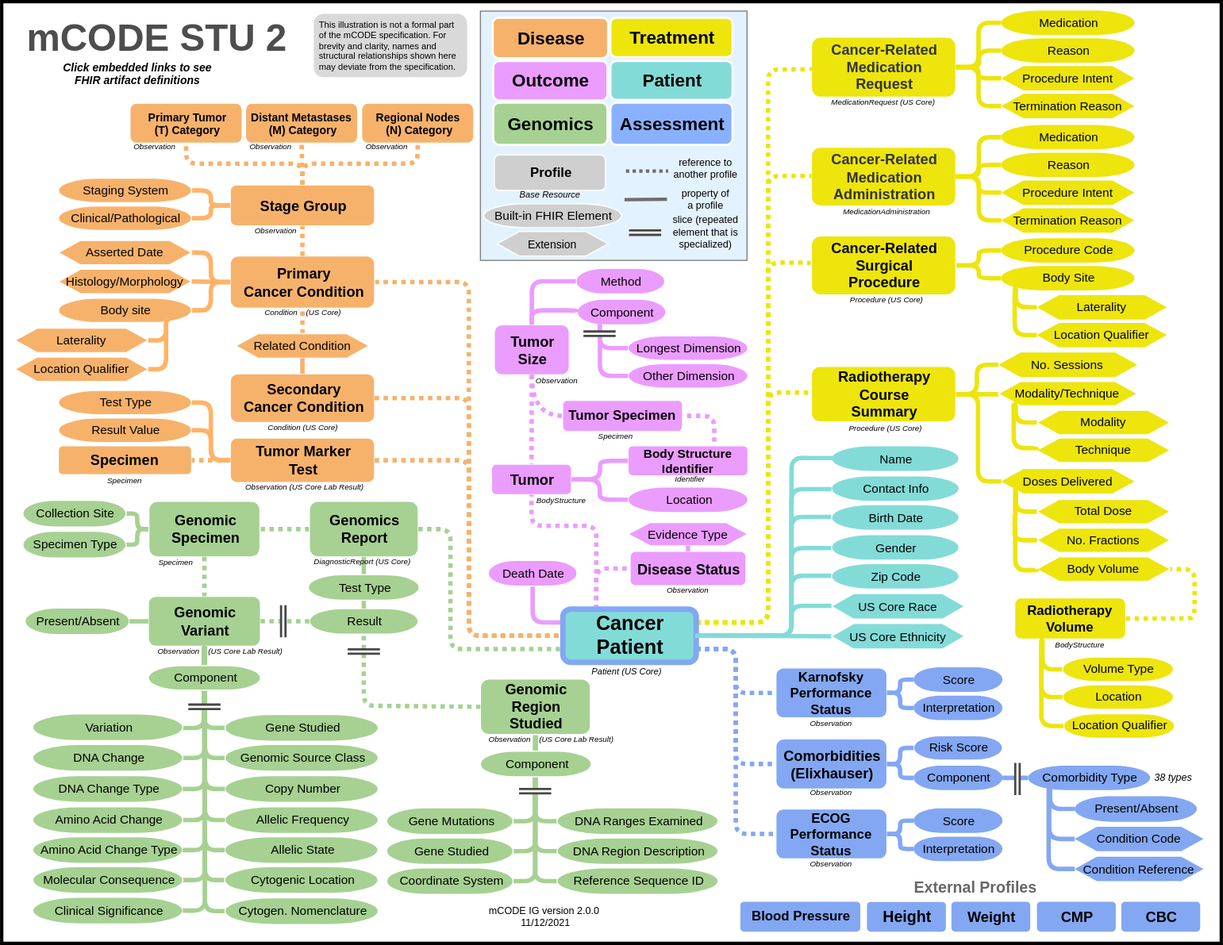
This is input/images/mCodeDiagram.svg from HL7/fhir-mCODE-ig, a draw.io export, as it was before one commit. Source tidied: cells renumbered, new cells last; positions are measured from the earlier drawing's top-left corner, leaving out a move shared by most shapes.
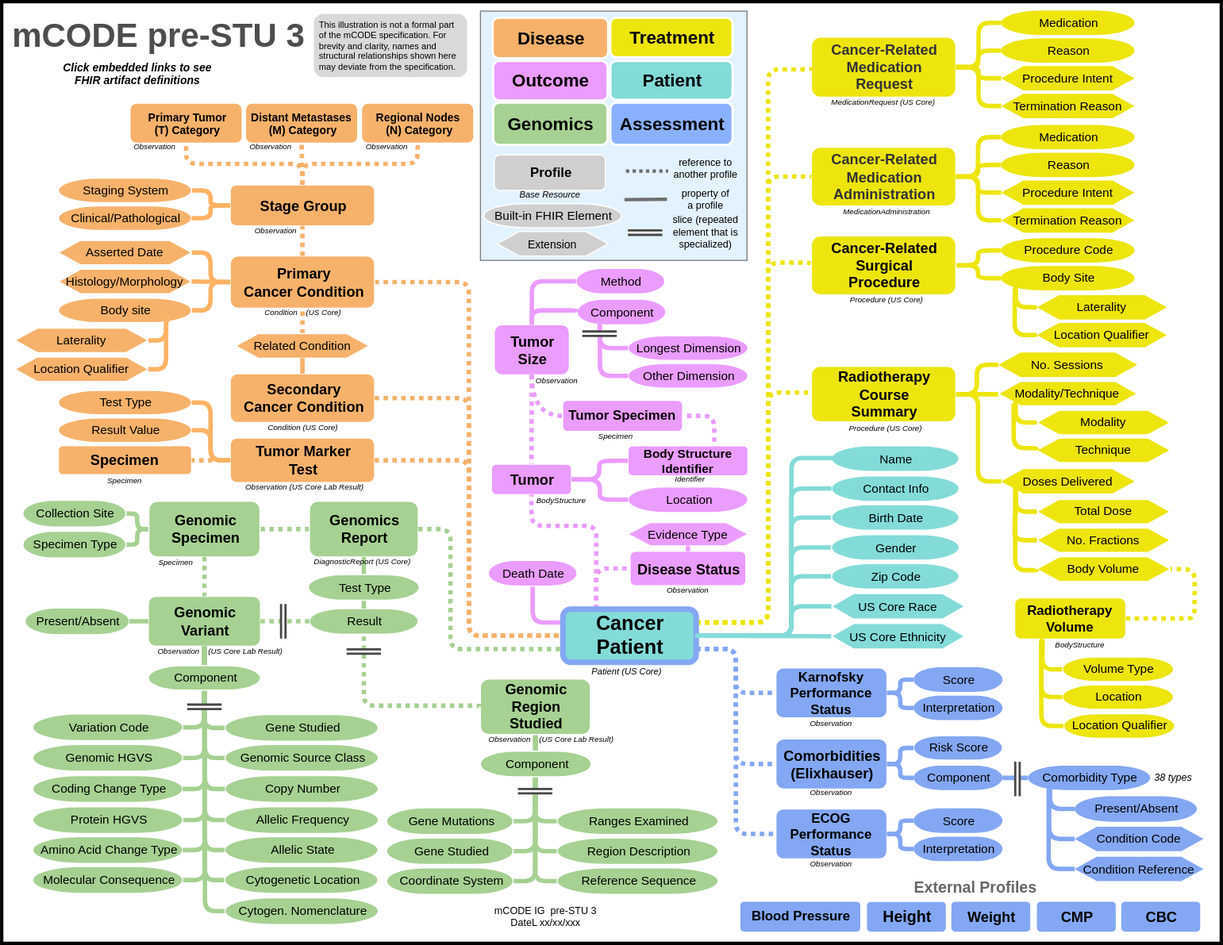
The same diagram one commit later.

Diff of the diagram source:
```diff
@@ -88,3 +88,3 @@
     </mxCell>
-    <mxCell id="23" value="&lt;div style=&quot;width: 141.0px ; height: auto ; word-break: break-word&quot;&gt;&lt;div align=&quot;center&quot;&gt;&lt;span style=&quot;font-size: 11px; white-space: pre-wrap; text-decoration: none; line-height: 12px; color: rgb(0, 0, 0);&quot;&gt;Amino Acid Change&lt;/span&gt;&lt;/div&gt;&lt;/div&gt;" style="shape=mxgraph.flowchart.terminator;shadow=0;strokeWidth=0;fillColor=#a6d192;strokeColor=#ffffff;opacity=100.0;html=1;nl2Br=0;verticalAlign=middle;align=center;spacingLeft=3.0;spacingRight=0;whiteSpace=wrap;gliffyId=39;rounded=1;fontFamily=Helvetica;fontSize=12;fontColor=#000000;" parent="1" vertex="1">
+    <mxCell id="23" value="&lt;div style=&quot;width: 141.0px ; height: auto ; word-break: break-word&quot;&gt;&lt;div align=&quot;center&quot;&gt;&lt;span style=&quot;font-size: 11px ; white-space: pre-wrap ; text-decoration: none ; line-height: 12px ; color: rgb(0 , 0 , 0)&quot;&gt;Protein HGVS&lt;/span&gt;&lt;/div&gt;&lt;/div&gt;" style="shape=mxgraph.flowchart.terminator;shadow=0;strokeWidth=0;fillColor=#a6d192;strokeColor=#ffffff;opacity=100.0;html=1;nl2Br=0;verticalAlign=middle;align=center;spacingLeft=3.0;spacingRight=0;whiteSpace=wrap;gliffyId=39;rounded=1;fontFamily=Helvetica;fontSize=12;fontColor=#000000;" parent="1" vertex="1">
       <mxGeometry x="28" y="725" width="135" height="24" as="geometry" />
@@ -94,3 +94,3 @@
     </mxCell>
-    <mxCell id="25" value="&lt;div style=&quot;width: 121.8px ; height: auto ; word-break: break-word&quot;&gt;&lt;div align=&quot;center&quot;&gt;&lt;span style=&quot;font-size: 11px; white-space: pre-wrap; text-decoration: none; line-height: 12px; color: rgb(0, 0, 0);&quot;&gt;Cytogenic Location&lt;/span&gt;&lt;/div&gt;&lt;/div&gt;" style="shape=mxgraph.flowchart.terminator;shadow=0;strokeWidth=0;fillColor=#a6d192;strokeColor=#ffffff;opacity=100.0;html=1;nl2Br=0;verticalAlign=middle;align=center;spacingLeft=3.0;spacingRight=0;whiteSpace=wrap;gliffyId=39;rounded=1;fontFamily=Helvetica;fontSize=12;fontColor=#000000;" parent="1" vertex="1">
+    <mxCell id="25" value="&lt;div style=&quot;width: 121.8px ; height: auto ; word-break: break-word&quot;&gt;&lt;div align=&quot;center&quot;&gt;&lt;span style=&quot;font-size: 11px ; white-space: pre-wrap ; text-decoration: none ; line-height: 12px ; color: rgb(0 , 0 , 0)&quot;&gt;Cytogenetic Location&lt;/span&gt;&lt;/div&gt;&lt;/div&gt;" style="shape=mxgraph.flowchart.terminator;shadow=0;strokeWidth=0;fillColor=#a6d192;strokeColor=#ffffff;opacity=100.0;html=1;nl2Br=0;verticalAlign=middle;align=center;spacingLeft=3.0;spacingRight=0;whiteSpace=wrap;gliffyId=39;rounded=1;fontFamily=Helvetica;fontSize=12;fontColor=#000000;" parent="1" vertex="1">
       <mxGeometry x="200.8" y="779" width="138" height="24" as="geometry" />
@@ -160,4 +160,4 @@
     </mxCell>
-    <mxCell id="45" value="&lt;font style=&quot;font-size: 34px&quot;&gt;mCODE STU 2&lt;/font&gt;" style="text;html=1;strokeColor=none;fillColor=none;align=center;verticalAlign=middle;whiteSpace=wrap;fontSize=34;fontStyle=1;fontFamily=Helvetica;fontColor=#4D4D4D;rounded=1;" parent="1" vertex="1">
-      <mxGeometry x="8" y="22.8" width="264" height="20" as="geometry" />
+    <mxCell id="45" value="&lt;font&gt;&lt;font style=&quot;font-size: 30px&quot;&gt;mCODE pre-STU 3&lt;/font&gt;&lt;br&gt;&lt;/font&gt;" style="text;html=1;strokeColor=none;fillColor=none;align=center;verticalAlign=middle;whiteSpace=wrap;fontSize=34;fontStyle=1;fontFamily=Helvetica;fontColor=#4D4D4D;rounded=1;" parent="1" vertex="1">
+      <mxGeometry x="8" y="18.8" width="267" height="20.2" as="geometry" />
     </mxCell>
@@ -265,9 +265,9 @@
     </mxCell>
-    <mxCell id="69" value="&lt;div style=&quot;width: 141.0px ; height: auto ; word-break: break-word&quot;&gt;&lt;div align=&quot;center&quot;&gt;&lt;span style=&quot;font-size: 11px; white-space: pre-wrap; text-decoration: none; line-height: 12px; color: rgb(0, 0, 0);&quot;&gt;Variation&lt;/span&gt;&lt;/div&gt;&lt;/div&gt;" style="shape=mxgraph.flowchart.terminator;shadow=0;strokeWidth=0;fillColor=#a6d192;strokeColor=#ffffff;opacity=100.0;html=1;nl2Br=0;verticalAlign=middle;align=center;spacingLeft=3.0;spacingRight=0;whiteSpace=wrap;gliffyId=39;rounded=1;fontFamily=Helvetica;fontSize=12;fontColor=#000000;" parent="1" vertex="1">
+    <mxCell id="69" value="&lt;div style=&quot;width: 141.0px ; height: auto ; word-break: break-word&quot;&gt;&lt;div align=&quot;center&quot;&gt;&lt;span style=&quot;font-size: 11px ; white-space: pre-wrap ; text-decoration: none ; line-height: 12px ; color: rgb(0 , 0 , 0)&quot;&gt;Variation Code&lt;/span&gt;&lt;/div&gt;&lt;/div&gt;" style="shape=mxgraph.flowchart.terminator;shadow=0;strokeWidth=0;fillColor=#a6d192;strokeColor=#ffffff;opacity=100.0;html=1;nl2Br=0;verticalAlign=middle;align=center;spacingLeft=3.0;spacingRight=0;whiteSpace=wrap;gliffyId=39;rounded=1;fontFamily=Helvetica;fontSize=12;fontColor=#000000;" parent="1" vertex="1">
       <mxGeometry x="28" y="641.5" width="135" height="24" as="geometry" />
     </mxCell>
-    <mxCell id="70" value="&lt;div style=&quot;width: 141.0px ; height: auto ; word-break: break-word&quot;&gt;&lt;div align=&quot;center&quot;&gt;&lt;span style=&quot;font-size: 11px; white-space: pre-wrap; text-decoration: none; line-height: 12px; color: rgb(0, 0, 0); font-weight: normal;&quot;&gt;DNA Change&lt;/span&gt;&lt;/div&gt;&lt;/div&gt;" style="shape=mxgraph.flowchart.terminator;shadow=0;strokeWidth=0;fillColor=#a6d192;strokeColor=#ffffff;opacity=100.0;html=1;nl2Br=0;verticalAlign=middle;align=center;spacingLeft=3.0;spacingRight=0;whiteSpace=wrap;gliffyId=39;rounded=1;fontFamily=Helvetica;fontSize=12;fontColor=#000000;" parent="1" vertex="1">
+    <mxCell id="70" value="&lt;div style=&quot;width: 141.0px ; height: auto ; word-break: break-word&quot;&gt;&lt;div align=&quot;center&quot;&gt;&lt;span style=&quot;font-size: 11px ; white-space: pre-wrap ; text-decoration: none ; line-height: 12px ; color: rgb(0 , 0 , 0) ; font-weight: normal&quot;&gt;Genomic HGVS&lt;/span&gt;&lt;/div&gt;&lt;/div&gt;" style="shape=mxgraph.flowchart.terminator;shadow=0;strokeWidth=0;fillColor=#a6d192;strokeColor=#ffffff;opacity=100.0;html=1;nl2Br=0;verticalAlign=middle;align=center;spacingLeft=3.0;spacingRight=0;whiteSpace=wrap;gliffyId=39;rounded=1;fontFamily=Helvetica;fontSize=12;fontColor=#000000;" parent="1" vertex="1">
       <mxGeometry x="28" y="669" width="135" height="24" as="geometry" />
     </mxCell>
-    <mxCell id="71" value="&lt;div style=&quot;width: 141.0px ; height: auto ; word-break: break-word&quot;&gt;&lt;div align=&quot;center&quot;&gt;&lt;span style=&quot;font-size: 11px; white-space: pre-wrap; text-decoration: none; line-height: 12px; color: rgb(0, 0, 0);&quot;&gt;Genomic Source Class&lt;/span&gt;&lt;/div&gt;&lt;/div&gt;" style="shape=mxgraph.flowchart.terminator;shadow=0;strokeWidth=0;fillColor=#a6d192;strokeColor=#ffffff;opacity=100.0;html=1;nl2Br=0;verticalAlign=middle;align=center;spacingLeft=3.0;spacingRight=0;whiteSpace=wrap;gliffyId=39;rounded=1;fontFamily=Helvetica;fontSize=12;fontColor=#000000;" parent="1" vertex="1">
+    <mxCell id="71" value="&lt;div style=&quot;width: 141.0px ; height: auto ; word-break: break-word&quot;&gt;&lt;div align=&quot;center&quot;&gt;&lt;span style=&quot;font-size: 11px ; white-space: pre-wrap ; text-decoration: none ; line-height: 12px ; color: rgb(0 , 0 , 0)&quot;&gt;Genomic Source Class&lt;/span&gt;&lt;/div&gt;&lt;/div&gt;" style="shape=mxgraph.flowchart.terminator;shadow=0;strokeWidth=0;fillColor=#a6d192;strokeColor=#ffffff;opacity=100.0;html=1;nl2Br=0;verticalAlign=middle;align=center;spacingLeft=3.0;spacingRight=0;whiteSpace=wrap;gliffyId=39;rounded=1;fontFamily=Helvetica;fontSize=12;fontColor=#000000;" parent="1" vertex="1">
       <mxGeometry x="201" y="669" width="138" height="24" as="geometry" />
@@ -339,9 +339,9 @@
     </mxCell>
-    <mxCell id="93" value="&lt;div style=&quot;width: 141.0px ; height: auto ; word-break: break-word&quot;&gt;&lt;div align=&quot;center&quot;&gt;&lt;span style=&quot;font-size: 11px; white-space: pre-wrap; text-decoration: none; line-height: 12px; color: rgb(0, 0, 0);&quot;&gt;DNA Ranges Examined&lt;/span&gt;&lt;/div&gt;&lt;/div&gt;" style="shape=mxgraph.flowchart.terminator;shadow=0;strokeWidth=0;fillColor=#a6d192;strokeColor=#ffffff;opacity=100.0;html=1;nl2Br=0;verticalAlign=middle;align=center;spacingLeft=3.0;spacingRight=0;whiteSpace=wrap;gliffyId=39;rounded=1;fontFamily=Helvetica;fontSize=12;fontColor=#000000;" parent="1" vertex="1">
+    <mxCell id="93" value="&lt;div style=&quot;width: 141.0px ; height: auto ; word-break: break-word&quot;&gt;&lt;div align=&quot;center&quot;&gt;&lt;span style=&quot;font-size: 11px ; white-space: pre-wrap ; text-decoration: none ; line-height: 12px ; color: rgb(0 , 0 , 0)&quot;&gt;Ranges Examined&lt;/span&gt;&lt;/div&gt;&lt;/div&gt;" style="shape=mxgraph.flowchart.terminator;shadow=0;strokeWidth=0;fillColor=#a6d192;strokeColor=#ffffff;opacity=100.0;html=1;nl2Br=0;verticalAlign=middle;align=center;spacingLeft=3.0;spacingRight=0;whiteSpace=wrap;gliffyId=39;rounded=1;fontFamily=Helvetica;fontSize=12;fontColor=#000000;" parent="1" vertex="1">
       <mxGeometry x="500" y="726" width="145" height="24" as="geometry" />
     </mxCell>
-    <mxCell id="94" value="&lt;div style=&quot;width: 141.0px ; height: auto ; word-break: break-word&quot;&gt;&lt;div align=&quot;center&quot;&gt;&lt;span style=&quot;font-size: 11px; white-space: pre-wrap; text-decoration: none; line-height: 12px; color: rgb(0, 0, 0);&quot;&gt;DNA Region Description&lt;/span&gt;&lt;/div&gt;&lt;/div&gt;" style="shape=mxgraph.flowchart.terminator;shadow=0;strokeWidth=0;fillColor=#a6d192;strokeColor=#ffffff;opacity=100.0;html=1;nl2Br=0;verticalAlign=middle;align=center;spacingLeft=3.0;spacingRight=0;whiteSpace=wrap;gliffyId=39;rounded=1;fontFamily=Helvetica;fontSize=12;fontColor=#000000;" parent="1" vertex="1">
+    <mxCell id="94" value="&lt;div style=&quot;width: 141.0px ; height: auto ; word-break: break-word&quot;&gt;&lt;div align=&quot;center&quot;&gt;&lt;span style=&quot;font-size: 11px ; white-space: pre-wrap ; text-decoration: none ; line-height: 12px ; color: rgb(0 , 0 , 0)&quot;&gt;Region Description&lt;/span&gt;&lt;/div&gt;&lt;/div&gt;" style="shape=mxgraph.flowchart.terminator;shadow=0;strokeWidth=0;fillColor=#a6d192;strokeColor=#ffffff;opacity=100.0;html=1;nl2Br=0;verticalAlign=middle;align=center;spacingLeft=3.0;spacingRight=0;whiteSpace=wrap;gliffyId=39;rounded=1;fontFamily=Helvetica;fontSize=12;fontColor=#000000;" parent="1" vertex="1">
       <mxGeometry x="500" y="753" width="145" height="24" as="geometry" />
     </mxCell>
-    <mxCell id="95" value="&lt;div style=&quot;width: 141.0px ; height: auto ; word-break: break-word&quot;&gt;&lt;div align=&quot;center&quot;&gt;&lt;span style=&quot;font-size: 11px; white-space: pre-wrap; text-decoration: none; line-height: 12px; color: rgb(0, 0, 0);&quot;&gt;Reference Sequence ID&lt;/span&gt;&lt;/div&gt;&lt;/div&gt;" style="shape=mxgraph.flowchart.terminator;shadow=0;strokeWidth=0;fillColor=#a6d192;strokeColor=#ffffff;opacity=100.0;html=1;nl2Br=0;verticalAlign=middle;align=center;spacingLeft=3.0;spacingRight=0;whiteSpace=wrap;gliffyId=39;rounded=1;fontFamily=Helvetica;fontSize=12;fontColor=#000000;" parent="1" vertex="1">
+    <mxCell id="95" value="&lt;div style=&quot;width: 141.0px ; height: auto ; word-break: break-word&quot;&gt;&lt;div align=&quot;center&quot;&gt;&lt;span style=&quot;font-size: 11px ; white-space: pre-wrap ; text-decoration: none ; line-height: 12px ; color: rgb(0 , 0 , 0)&quot;&gt;Reference Sequence&lt;/span&gt;&lt;/div&gt;&lt;/div&gt;" style="shape=mxgraph.flowchart.terminator;shadow=0;strokeWidth=0;fillColor=#a6d192;strokeColor=#ffffff;opacity=100.0;html=1;nl2Br=0;verticalAlign=middle;align=center;spacingLeft=3.0;spacingRight=0;whiteSpace=wrap;gliffyId=39;rounded=1;fontFamily=Helvetica;fontSize=12;fontColor=#000000;" parent="1" vertex="1">
       <mxGeometry x="500" y="780" width="145" height="24" as="geometry" />
@@ -505,6 +505,6 @@
     </mxCell>
-    <mxCell id="138" value="mCODE IG version 2.0.0&amp;nbsp; 11/12/2021" style="text;html=1;align=center;verticalAlign=middle;whiteSpace=wrap;fontSize=9;rounded=1;fontFamily=Helvetica;" parent="1" vertex="1">
+    <mxCell id="138" value="mCODE IG&amp;nbsp; pre-STU 3&lt;br&gt;DateL xx/xx/xxx" style="text;html=1;align=center;verticalAlign=middle;whiteSpace=wrap;fontSize=9;rounded=1;fontFamily=Helvetica;" parent="1" vertex="1">
       <mxGeometry x="432.2" y="816" width="115.8" height="15" as="geometry" />
     </mxCell>
-    <mxCell id="139" value="&lt;div style=&quot;width: 141.0px ; height: auto ; word-break: break-word&quot;&gt;&lt;div align=&quot;center&quot;&gt;&lt;span style=&quot;font-size: 11px; white-space: pre-wrap; text-decoration: none; line-height: 12px; color: rgb(0, 0, 0); font-weight: normal;&quot;&gt;DNA Change Type&lt;/span&gt;&lt;/div&gt;&lt;/div&gt;" style="shape=mxgraph.flowchart.terminator;shadow=0;strokeWidth=0;fillColor=#a6d192;strokeColor=#ffffff;opacity=100.0;html=1;nl2Br=0;verticalAlign=middle;align=center;spacingLeft=3.0;spacingRight=0;whiteSpace=wrap;gliffyId=39;rounded=1;fontFamily=Helvetica;fontSize=12;fontColor=#000000;" parent="1" vertex="1">
+    <mxCell id="139" value="&lt;div style=&quot;width: 141.0px ; height: auto ; word-break: break-word&quot;&gt;&lt;div align=&quot;center&quot;&gt;&lt;span style=&quot;font-size: 11px ; white-space: pre-wrap ; text-decoration: none ; line-height: 12px ; color: rgb(0 , 0 , 0) ; font-weight: normal&quot;&gt;Coding Change Type&lt;/span&gt;&lt;/div&gt;&lt;/div&gt;" style="shape=mxgraph.flowchart.terminator;shadow=0;strokeWidth=0;fillColor=#a6d192;strokeColor=#ffffff;opacity=100.0;html=1;nl2Br=0;verticalAlign=middle;align=center;spacingLeft=3.0;spacingRight=0;whiteSpace=wrap;gliffyId=39;rounded=1;fontFamily=Helvetica;fontSize=12;fontColor=#000000;" parent="1" vertex="1">
       <mxGeometry x="28" y="697" width="135" height="24" as="geometry" />
@@ -541,8 +541,2 @@
     </mxCell>
-    <mxCell id="148" value="&lt;div style=&quot;width: 141.0px ; height: auto ; word-break: break-word&quot;&gt;&lt;div align=&quot;center&quot;&gt;&lt;span style=&quot;font-size: 11px; white-space: pre-wrap; text-decoration: none; line-height: 12px; color: rgb(0, 0, 0);&quot;&gt;Clinical Significance&lt;/span&gt;&lt;/div&gt;&lt;/div&gt;" style="shape=mxgraph.flowchart.terminator;shadow=0;strokeWidth=0;fillColor=#a6d192;strokeColor=#ffffff;opacity=100.0;html=1;nl2Br=0;verticalAlign=middle;align=center;spacingLeft=3.0;spacingRight=0;whiteSpace=wrap;gliffyId=39;rounded=1;fontFamily=Helvetica;fontSize=12;fontColor=#000000;" parent="1" vertex="1">
-      <mxGeometry x="28" y="806.5" width="135" height="24" as="geometry" />
-    </mxCell>
-    <mxCell id="149" style="edgeStyle=orthogonalEdgeStyle;jettySize=auto;html=1;endArrow=none;endFill=0;strokeColor=#A6D192;strokeWidth=4;fontSize=13;fontColor=#666666;exitX=0.5;exitY=1;exitDx=0;exitDy=0;entryX=1;entryY=0.5;entryDx=0;entryDy=0;entryPerimeter=0;fontFamily=Helvetica;" parent="1" edge="1" source="22" target="148">
-      <mxGeometry relative="1" as="geometry" />
-    </mxCell>
     <mxCell id="150" value="&lt;div style=&quot;width: 141.0px ; height: auto ; word-break: break-word&quot;&gt;&lt;div align=&quot;center&quot;&gt;&lt;span style=&quot;font-size: 11px; white-space: pre-wrap; text-decoration: none; line-height: 12px; color: rgb(0, 0, 0);&quot;&gt;Copy Number&lt;/span&gt;&lt;/div&gt;&lt;/div&gt;" style="shape=mxgraph.flowchart.terminator;shadow=0;strokeWidth=0;fillColor=#a6d192;strokeColor=#ffffff;opacity=100.0;html=1;nl2Br=0;verticalAlign=middle;align=center;spacingLeft=3.0;spacingRight=0;whiteSpace=wrap;gliffyId=39;rounded=1;fontFamily=Helvetica;fontSize=12;fontColor=#000000;" parent="1" vertex="1">
```
